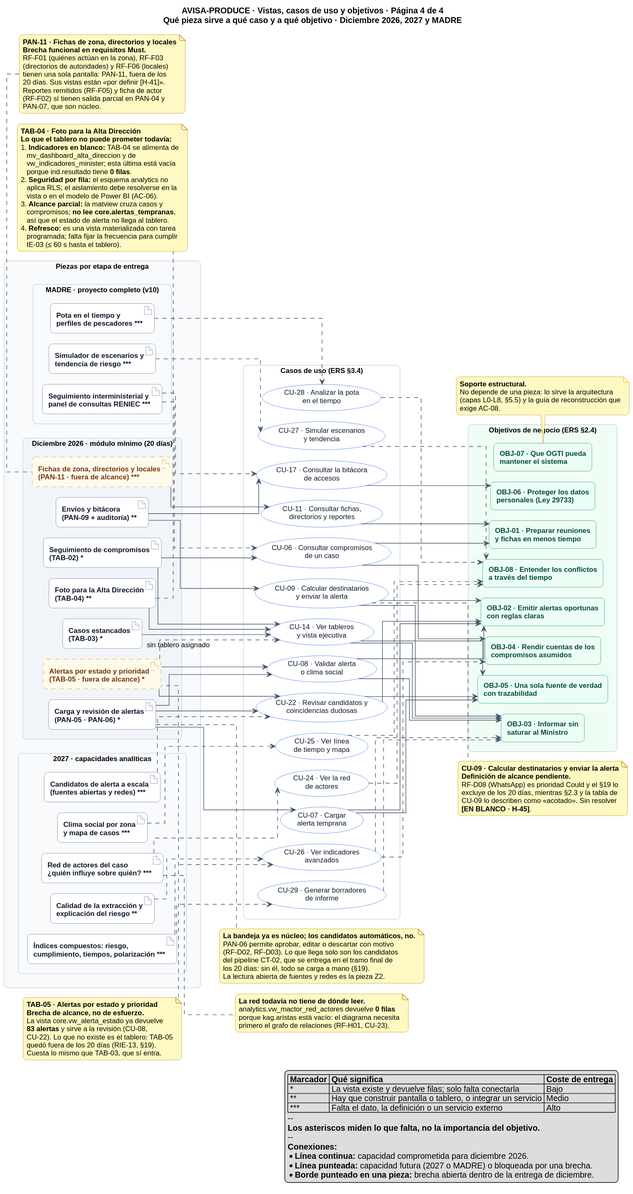
Earlier version of the PlantUML export docs/img/AVISA_CU_MAPA_VISTAS.svg (diegopaucarv/avisa). Source of this version:
```plantuml
@startuml
left to right direction
skinparam shadowing false
skinparam linetype ortho
skinparam packageStyle rectangle
skinparam roundcorner 12
skinparam defaultFontName Arial
skinparam defaultFontSize 12
skinparam nodesep 18
skinparam ranksep 55

skinparam package {
  BackgroundColor #F8FAFC
  BorderColor #CBD5E1
  BorderStyle dashed
  FontColor #475569
  FontStyle bold
}
skinparam artifact {
  BackgroundColor #FFFFFF
  BorderColor #64748B
  FontColor #0F172A
  FontStyle bold
}
skinparam artifact<<brecha>> {
  BackgroundColor #FFFBEB
  BorderColor #CA8A04
  BorderStyle dashed
  FontColor #78350F
}
skinparam usecase {
  BackgroundColor #FFFFFF
  BorderColor #2563EB
  FontColor #0F172A
  ArrowColor #475569
}
skinparam rectangle<<Objetivo>> {
  BackgroundColor #ECFDF5
  BorderColor #059669
  FontColor #064E3B
  FontStyle bold
}
skinparam note {
  BackgroundColor #FEF9C3
  BorderColor #CA8A04
}
hide stereotype

title AVISA-PRODUCE · Vistas, casos de uso y objetivos · Página 4 de 4\nQué pieza sirve a qué caso y a qué objetivo · Diciembre 2026, 2027 y MADRE

package "Piezas por etapa de entrega" {

  package "Diciembre 2026 · módulo mínimo (20 días)" as PKG_DIC #F1F5F9 {
    artifact "Carga y revisión de alertas\n(PAN-05 · PAN-06) *" as D7
    artifact "Envíos y bitácora\n(PAN-09 + auditoría) **" as D6
    artifact "Seguimiento de compromisos\n(TAB-02) *" as D1
    artifact "Casos estancados\n(TAB-03) *" as D3
    artifact "Foto para la Alta Dirección\n(TAB-04) **" as D2
    artifact "Alertas por estado y prioridad\n(TAB-05 · fuera de alcance) *" as D4 <<brecha>>
    artifact "Fichas de zona, directorios y locales\n(PAN-11 · fuera de alcance) ***" as D5 <<brecha>>
  }

  package "2027 · capacidades analíticas" as PKG_2027 #F8FAFC {
    artifact "Red de actores del caso\n¿quién influye sobre quién? ***" as Z1
    artifact "Clima social por zona\ny mapa de casos ***" as Z3
    artifact "Candidatos de alerta a escala\n(fuentes abiertas y redes) ***" as Z2
    artifact "Calidad de la extracción y\nexplicación del riesgo **" as Z4
    artifact "Índices compuestos: riesgo,\ncumplimiento, tiempos, polarización ***" as Z5
  }

  package "MADRE · proyecto completo (v10)" as PKG_MADRE #F8FAFC {
    artifact "Pota en el tiempo y\nperfiles de pescadores ***" as M1
    artifact "Simulador de escenarios y\ntendencia de riesgo ***" as M2
    artifact "Seguimiento interministerial y\npanel de consultas RENIEC ***" as M3
  }
}

package "Casos de uso (ERS §3.4)" as PKG_CU #FFFFFF {
  usecase "CU-06 · Consultar compromisos\nde un caso" as CU06
  usecase "CU-07 · Cargar\nalerta temprana" as CU07
  usecase "CU-08 · Validar alerta\no clima social" as CU08
  usecase "CU-09 · Calcular destinatarios\ny enviar la alerta" as CU09
  usecase "CU-11 · Consultar fichas,\ndirectorios y reportes" as CU11
  usecase "CU-14 · Ver tableros\ny vista ejecutiva" as CU14
  usecase "CU-17 · Consultar la bitácora\nde accesos" as CU17
  usecase "CU-22 · Revisar candidatos y\ncoincidencias dudosas" as CU22
  usecase "CU-24 · Ver la red\nde actores" as CU24
  usecase "CU-25 · Ver línea\nde tiempo y mapa" as CU25
  usecase "CU-26 · Ver indicadores\navanzados" as CU26
  usecase "CU-27 · Simular escenarios\ny tendencia" as CU27
  usecase "CU-28 · Analizar la pota\nen el tiempo" as CU28
  usecase "CU-29 · Generar borradores\nde informe" as CU29
}

package "Objetivos de negocio (ERS §2.4)" as PKG_OBJ #F0FDF4 {
  rectangle "OBJ-01 · Preparar reuniones\ny fichas en menos tiempo" as OBJ01 <<Objetivo>>
  rectangle "OBJ-02 · Emitir alertas oportunas\ncon reglas claras" as OBJ02 <<Objetivo>>
  rectangle "OBJ-03 · Informar sin\nsaturar al Ministro" as OBJ03 <<Objetivo>>
  rectangle "OBJ-04 · Rendir cuentas de los\ncompromisos asumidos" as OBJ04 <<Objetivo>>
  rectangle "OBJ-05 · Una sola fuente de verdad\ncon trazabilidad" as OBJ05 <<Objetivo>>
  rectangle "OBJ-06 · Proteger los datos\npersonales (Ley 29733)" as OBJ06 <<Objetivo>>
  rectangle "OBJ-07 · Que OGTI pueda\nmantener el sistema" as OBJ07 <<Objetivo>>
  rectangle "OBJ-08 · Entender los conflictos\na través del tiempo" as OBJ08 <<Objetivo>>
}

D7 --> CU07
D7 --> CU08
D7 --> CU22
D6 --> CU09
D6 --> CU17
D1 --> CU06
D1 --> CU14
D3 --> CU14
D2 --> CU14
D4 --> CU08
D4 --> CU22
D4 ..> CU14 : "sin tablero asignado"
D5 --> CU11

Z1 ..> CU24
Z3 ..> CU25
Z2 ..> CU22
Z4 ..> CU26
Z5 ..> CU26
Z5 ..> CU29

M1 ..> CU28
M2 ..> CU27
M3 ..> CU06
M3 ..> CU17

CU06 --> OBJ01
CU06 --> OBJ04
CU07 --> OBJ02
CU07 --> OBJ05
CU08 --> OBJ02
CU08 --> OBJ03
CU09 --> OBJ02
CU09 --> OBJ03
CU11 --> OBJ01
CU14 --> OBJ03
CU14 --> OBJ05
CU17 --> OBJ06
CU22 --> OBJ02
CU22 --> OBJ05
CU24 ..> OBJ08
CU25 ..> OBJ08
CU26 ..> OBJ03
CU26 ..> OBJ04
CU27 ..> OBJ08
CU28 ..> OBJ08
CU29 ..> OBJ03

note top of D4
  **TAB-05 · Alertas por estado y prioridad**
  **Brecha de alcance, no de esfuerzo.**
  La vista core.vw_alerta_estado ya devuelve
  **83 alertas** y sirve a la revisión (CU-08,
  CU-22). Lo que no existe es el tablero: TAB-05
  quedó fuera de los 20 días (RIE-13, §19).
  Cuesta lo mismo que TAB-03, que sí entra.
end note

note top of D5
  **PAN-11 · Fichas de zona, directorios y locales**
  **Brecha funcional en requisitos Must.**
  RF-F01 (quiénes actúan en la zona), RF-F03
  (directorios de autoridades) y RF-F06 (locales)
  tienen una sola pantalla: PAN-11, fuera de los
  20 días. Sus vistas están «por definir [H-41]».
  Reportes remitidos (RF-F05) y ficha de actor
  (RF-F02) sí tienen salida parcial en PAN-04 y
  PAN-07, que son núcleo.
end note

note bottom of D2
  **TAB-04 · Foto para la Alta Dirección**
  **Lo que el tablero no puede prometer todavía:**
  1. **Indicadores en blanco:** TAB-04 se alimenta de
     mv_dashboard_alta_direccion y de
     vw_indicadores_minister; esta última está vacía
     porque ind.resultado tiene **0 filas**.
  2. **Seguridad por fila:** el esquema analytics no
     aplica RLS; el aislamiento debe resolverse en la
     vista o en el modelo de Power BI (AC-06).
  3. **Alcance parcial:** la matview cruza casos y
     compromisos; **no lee core.alertas_tempranas**,
     así que el estado de alerta no llega al tablero.
  4. **Refresco:** es una vista materializada con tarea
     programada; falta fijar la frecuencia para cumplir
     IE-03 (≤ 60 s hasta el tablero).
end note

note right of D7
  **La bandeja ya es núcleo; los candidatos automáticos, no.**
  PAN-06 permite aprobar, editar o descartar con motivo
  (RF-D02, RF-D03). Lo que llega solo son los candidatos
  del pipeline CT-02, que se entrega en el tramo final de
  los 20 días: sin él, todo se carga a mano (§19).
  La lectura abierta de fuentes y redes es la pieza Z2.
end note

note right of Z1
  **La red todavía no tiene de dónde leer.**
  analytics.vw_mactor_red_actores devuelve **0 filas**
  porque kag.aristas está vacío: el diagrama necesita
  primero el grafo de relaciones (RF-H01, CU-23).
end note

note right of CU09
  **CU-09 · Calcular destinatarios y enviar la alerta**
  **Definición de alcance pendiente.**
  RF-D08 (WhatsApp) es prioridad Could y el §19 lo
  excluye de los 20 días, mientras §2.3 y la tabla de
  CU-09 lo describen como «acotado». Sin resolver
  **[EN BLANCO · H-45]**.
end note

note bottom of OBJ07
  **Soporte estructural.**
  No depende de una pieza: lo sirve la arquitectura
  (capas L0-L8, §5.5) y la guía de reconstrucción que
  exige AC-08.
end note

legend right
  |= Marcador |= Qué significa |= Coste de entrega |
  | * | La vista existe y devuelve filas; solo falta conectarla | Bajo |
  | ** | Hay que construir pantalla o tablero, o integrar un servicio | Medio |
  | *** | Falta el dato, la definición o un servicio externo | Alto |
  --
  **Los asteriscos miden lo que falta, no la importancia del objetivo.**
  --
  **Conexiones:**
  * **Línea continua:** capacidad comprometida para diciembre 2026.
  * **Línea punteada:** capacidad futura (2027 o MADRE) o bloqueada por una brecha.
  * **Borde punteado en una pieza:** brecha abierta dentro de la entrega de diciembre.
endlegend
@enduml
```
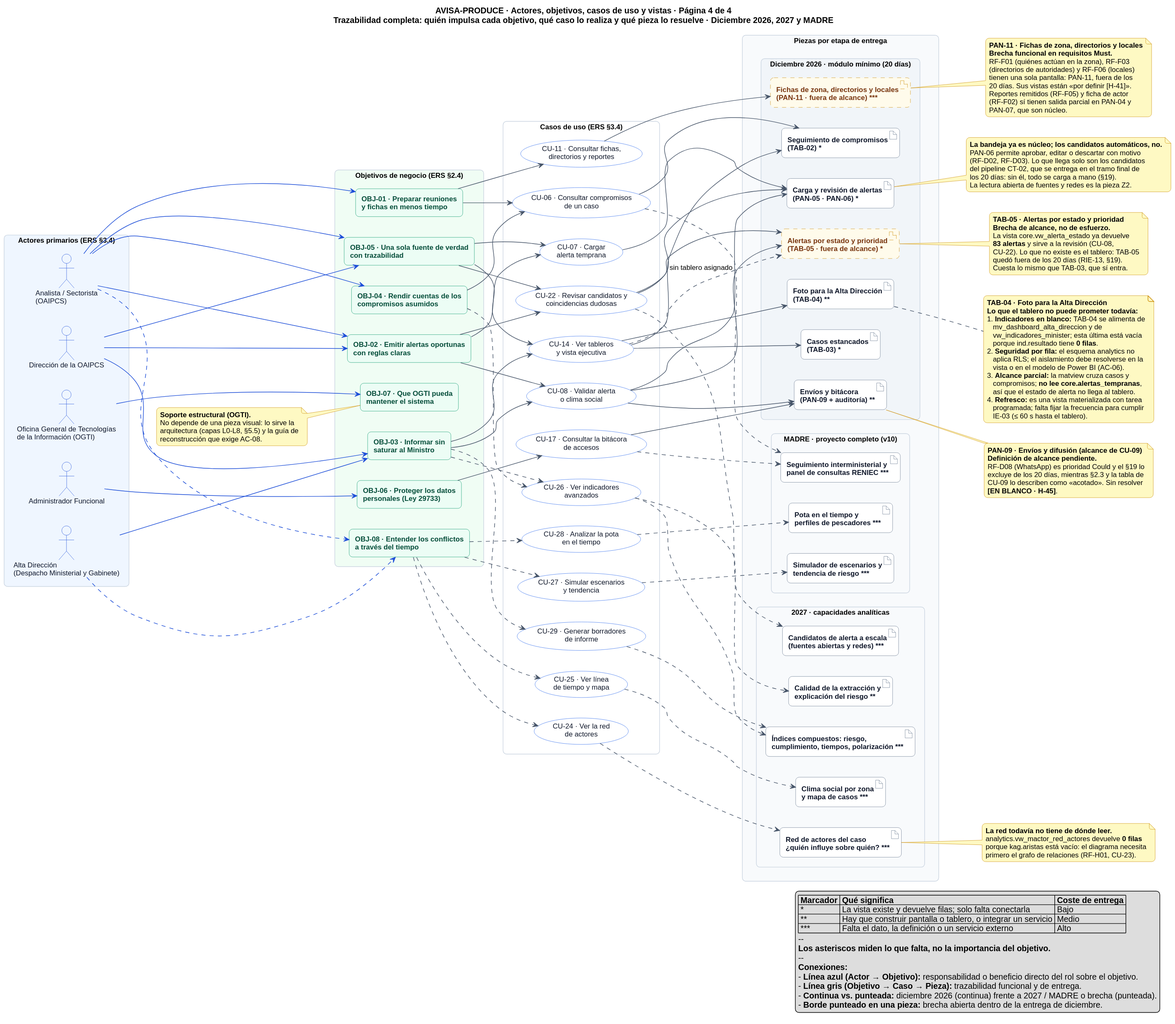
After the commit.

What changed in the source:
```diff
@@ -1,13 +1,10 @@
 @startuml
 left to right direction
 skinparam shadowing false
-skinparam linetype ortho
 skinparam packageStyle rectangle
 skinparam roundcorner 12
 skinparam defaultFontName Arial
 skinparam defaultFontSize 12
-skinparam nodesep 18
-skinparam ranksep 55
 
 skinparam package {
   BackgroundColor #F8FAFC
@@ -15,6 +12,11 @@
   BorderStyle dashed
   FontColor #475569
   FontStyle bold
+}
+skinparam actor {
+  BackgroundColor #EFF6FF
+  BorderColor #1D4ED8
+  FontColor #0F172A
 }
 skinparam artifact {
   BackgroundColor #FFFFFF
@@ -46,9 +48,44 @@
 }
 hide stereotype
 
-title AVISA-PRODUCE · Vistas, casos de uso y objetivos · Página 4 de 4\nQué pieza sirve a qué caso y a qué objetivo · Diciembre 2026, 2027 y MADRE
+title AVISA-PRODUCE · Actores, objetivos, casos de uso y vistas · Página 4 de 4\nTrazabilidad completa: quién impulsa cada objetivo, qué caso lo realiza y qué pieza lo resuelve · Diciembre 2026, 2027 y MADRE
 
-package "Piezas por etapa de entrega" {
+package "Actores primarios (ERS §3.4)" as PKG_ACT #EFF6FF {
+  actor "Analista / Sectorista\n(OAIPCS)" as analista #EFF6FF;line:1D4ED8
+  actor "Dirección de la OAIPCS" as direccion #EFF6FF;line:1D4ED8
+  actor "Alta Dirección\n(Despacho Ministerial y Gabinete)" as alta #EFF6FF;line:1D4ED8
+  actor "Administrador Funcional" as admin #EFF6FF;line:1D4ED8
+  actor "Oficina General de Tecnologías\nde la Información (OGTI)" as ogti #EFF6FF;line:1D4ED8
+}
+
+package "Objetivos de negocio (ERS §2.4)" as PKG_OBJ #F0FDF4 {
+  rectangle "OBJ-01 · Preparar reuniones\ny fichas en menos tiempo" as OBJ01 <<Objetivo>>
+  rectangle "OBJ-02 · Emitir alertas oportunas\ncon reglas claras" as OBJ02 <<Objetivo>>
+  rectangle "OBJ-03 · Informar sin\nsaturar al Ministro" as OBJ03 <<Objetivo>>
+  rectangle "OBJ-04 · Rendir cuentas de los\ncompromisos asumidos" as OBJ04 <<Objetivo>>
+  rectangle "OBJ-05 · Una sola fuente de verdad\ncon trazabilidad" as OBJ05 <<Objetivo>>
+  rectangle "OBJ-06 · Proteger los datos\npersonales (Ley 29733)" as OBJ06 <<Objetivo>>
+  rectangle "OBJ-07 · Que OGTI pueda\nmantener el sistema" as OBJ07 <<Objetivo>>
+  rectangle "OBJ-08 · Entender los conflictos\na través del tiempo" as OBJ08 <<Objetivo>>
+}
+
+package "Casos de uso (ERS §3.4)" as PKG_CU #FFFFFF {
+  usecase "CU-06 · Consultar compromisos\nde un caso" as CU06
+  usecase "CU-07 · Cargar\nalerta temprana" as CU07
+  usecase "CU-08 · Validar alerta\no clima social" as CU08
+  usecase "CU-11 · Consultar fichas,\ndirectorios y reportes" as CU11
+  usecase "CU-14 · Ver tableros\ny vista ejecutiva" as CU14
+  usecase "CU-17 · Consultar la bitácora\nde accesos" as CU17
+  usecase "CU-22 · Revisar candidatos y\ncoincidencias dudosas" as CU22
+  usecase "CU-24 · Ver la red\nde actores" as CU24
+  usecase "CU-25 · Ver línea\nde tiempo y mapa" as CU25
+  usecase "CU-26 · Ver indicadores\navanzados" as CU26
+  usecase "CU-27 · Simular escenarios\ny tendencia" as CU27
+  usecase "CU-28 · Analizar la pota\nen el tiempo" as CU28
+  usecase "CU-29 · Generar borradores\nde informe" as CU29
+}
+
+package "Piezas por etapa de entrega" as PKG_PIEZAS {
 
   package "Diciembre 2026 · módulo mínimo (20 días)" as PKG_DIC #F1F5F9 {
     artifact "Carga y revisión de alertas\n(PAN-05 · PAN-06) *" as D7
@@ -75,83 +112,82 @@
   }
 }
 
-package "Casos de uso (ERS §3.4)" as PKG_CU #FFFFFF {
-  usecase "CU-06 · Consultar compromisos\nde un caso" as CU06
-  usecase "CU-07 · Cargar\nalerta temprana" as CU07
-  usecase "CU-08 · Validar alerta\no clima social" as CU08
-  usecase "CU-09 · Calcular destinatarios\ny enviar la alerta" as CU09
-  usecase "CU-11 · Consultar fichas,\ndirectorios y reportes" as CU11
-  usecase "CU-14 · Ver tableros\ny vista ejecutiva" as CU14
-  usecase "CU-17 · Consultar la bitácora\nde accesos" as CU17
-  usecase "CU-22 · Revisar candidatos y\ncoincidencias dudosas" as CU22
-  usecase "CU-24 · Ver la red\nde actores" as CU24
-  usecase "CU-25 · Ver línea\nde tiempo y mapa" as CU25
-  usecase "CU-26 · Ver indicadores\navanzados" as CU26
-  usecase "CU-27 · Simular escenarios\ny tendencia" as CU27
-  usecase "CU-28 · Analizar la pota\nen el tiempo" as CU28
-  usecase "CU-29 · Generar borradores\nde informe" as CU29
-}
+analista -[#1D4ED8]-> OBJ01
+analista -[#1D4ED8]-> OBJ02
+analista -[#1D4ED8]-> OBJ04
+analista -[#1D4ED8]-> OBJ05
+analista -[#1D4ED8]..> OBJ08
 
-package "Objetivos de negocio (ERS §2.4)" as PKG_OBJ #F0FDF4 {
-  rectangle "OBJ-01 · Preparar reuniones\ny fichas en menos tiempo" as OBJ01 <<Objetivo>>
-  rectangle "OBJ-02 · Emitir alertas oportunas\ncon reglas claras" as OBJ02 <<Objetivo>>
-  rectangle "OBJ-03 · Informar sin\nsaturar al Ministro" as OBJ03 <<Objetivo>>
-  rectangle "OBJ-04 · Rendir cuentas de los\ncompromisos asumidos" as OBJ04 <<Objetivo>>
-  rectangle "OBJ-05 · Una sola fuente de verdad\ncon trazabilidad" as OBJ05 <<Objetivo>>
-  rectangle "OBJ-06 · Proteger los datos\npersonales (Ley 29733)" as OBJ06 <<Objetivo>>
-  rectangle "OBJ-07 · Que OGTI pueda\nmantener el sistema" as OBJ07 <<Objetivo>>
-  rectangle "OBJ-08 · Entender los conflictos\na través del tiempo" as OBJ08 <<Objetivo>>
-}
+direccion -[#1D4ED8]-> OBJ02
+direccion -[#1D4ED8]-> OBJ03
+direccion -[#1D4ED8]-> OBJ05
 
-D7 --> CU07
-D7 --> CU08
-D7 --> CU22
-D6 --> CU09
-D6 --> CU17
-D1 --> CU06
-D1 --> CU14
-D3 --> CU14
-D2 --> CU14
-D4 --> CU08
-D4 --> CU22
-D4 ..> CU14 : "sin tablero asignado"
-D5 --> CU11
+alta -[#1D4ED8]-> OBJ03
+alta -[#1D4ED8]..> OBJ08
 
-Z1 ..> CU24
-Z3 ..> CU25
-Z2 ..> CU22
-Z4 ..> CU26
-Z5 ..> CU26
-Z5 ..> CU29
+admin -[#1D4ED8]-> OBJ06
 
-M1 ..> CU28
-M2 ..> CU27
-M3 ..> CU06
-M3 ..> CU17
+ogti -[#1D4ED8]-> OBJ07
 
-CU06 --> OBJ01
-CU06 --> OBJ04
-CU07 --> OBJ02
-CU07 --> OBJ05
-CU08 --> OBJ02
-CU08 --> OBJ03
-CU09 --> OBJ02
-CU09 --> OBJ03
-CU11 --> OBJ01
-CU14 --> OBJ03
-CU14 --> OBJ05
-CU17 --> OBJ06
-CU22 --> OBJ02
-CU22 --> OBJ05
-CU24 ..> OBJ08
-CU25 ..> OBJ08
-CU26 ..> OBJ03
-CU26 ..> OBJ04
-CU27 ..> OBJ08
-CU28 ..> OBJ08
-CU29 ..> OBJ03
+OBJ01 --> CU06
+OBJ01 --> CU11
+OBJ02 --> CU07
+OBJ02 --> CU08
+OBJ02 --> CU22
+OBJ03 --> CU08
+OBJ03 --> CU14
+OBJ03 ..> CU26
+OBJ03 ..> CU29
+OBJ04 --> CU06
+OBJ04 ..> CU26
+OBJ05 --> CU07
+OBJ05 --> CU14
+OBJ05 --> CU22
+OBJ06 --> CU17
+OBJ08 ..> CU24
+OBJ08 ..> CU25
+OBJ08 ..> CU27
+OBJ08 ..> CU28
 
-note top of D4
+CU07 --> D7
+CU08 --> D7
+CU22 --> D7
+CU08 --> D6
+CU17 --> D6
+CU06 --> D1
+CU14 --> D1
+CU14 --> D3
+CU14 --> D2
+CU08 --> D4
+CU22 --> D4
+CU14 ..> D4 : "sin tablero asignado"
+CU11 --> D5
+
+CU24 ..> Z1
+CU25 ..> Z3
+CU22 ..> Z2
+CU26 ..> Z4
+CU26 ..> Z5
+CU29 ..> Z5
+
+CU28 ..> M1
+CU27 ..> M2
+CU06 ..> M3
+CU17 ..> M3
+
+note "**Soporte estructural (OGTI).**\nNo depende de una pieza visual: lo sirve la\narquitectura (capas L0-L8, §5.5) y la guía de\nreconstrucción que exige AC-08." as N_OBJ07
+N_OBJ07 .. OBJ07
+
+note right of D6
+  **PAN-09 · Envíos y difusión (alcance de CU-09)**
+  **Definición de alcance pendiente.**
+  RF-D08 (WhatsApp) es prioridad Could y el §19 lo
+  excluye de los 20 días, mientras §2.3 y la tabla de
+  CU-09 lo describen como «acotado». Sin resolver
+  **[EN BLANCO · H-45]**.
+end note
+
+note right of D4
   **TAB-05 · Alertas por estado y prioridad**
   **Brecha de alcance, no de esfuerzo.**
   La vista core.vw_alerta_estado ya devuelve
@@ -161,7 +197,7 @@
   Cuesta lo mismo que TAB-03, que sí entra.
 end note
 
-note top of D5
+note right of D5
   **PAN-11 · Fichas de zona, directorios y locales**
   **Brecha funcional en requisitos Must.**
   RF-F01 (quiénes actúan en la zona), RF-F03
@@ -173,7 +209,7 @@
   PAN-07, que son núcleo.
 end note
 
-note bottom of D2
+note right of D2
   **TAB-04 · Foto para la Alta Dirección**
   **Lo que el tablero no puede prometer todavía:**
   1. **Indicadores en blanco:** TAB-04 se alimenta de
@@ -207,22 +243,6 @@
   primero el grafo de relaciones (RF-H01, CU-23).
 end note
 
-note right of CU09
-  **CU-09 · Calcular destinatarios y enviar la alerta**
-  **Definición de alcance pendiente.**
-  RF-D08 (WhatsApp) es prioridad Could y el §19 lo
-  excluye de los 20 días, mientras §2.3 y la tabla de
-  CU-09 lo describen como «acotado». Sin resolver
-  **[EN BLANCO · H-45]**.
-end note
-
-note bottom of OBJ07
-  **Soporte estructural.**
-  No depende de una pieza: lo sirve la arquitectura
-  (capas L0-L8, §5.5) y la guía de reconstrucción que
-  exige AC-08.
-end note
-
 legend right
   |= Marcador |= Qué significa |= Coste de entrega |
   | * | La vista existe y devuelve filas; solo falta conectarla | Bajo |
@@ -232,8 +252,9 @@
   **Los asteriscos miden lo que falta, no la importancia del objetivo.**
   --
   **Conexiones:**
-  * **Línea continua:** capacidad comprometida para diciembre 2026.
-  * **Línea punteada:** capacidad futura (2027 o MADRE) o bloqueada por una brecha.
-  * **Borde punteado en una pieza:** brecha abierta dentro de la entrega de diciembre.
+  - **Línea azul (Actor → Objetivo):** responsabilidad o beneficio directo del rol sobre el objetivo.
+  - **Línea gris (Objetivo → Caso → Pieza):** trazabilidad funcional y de entrega.
+  - **Continua vs. punteada:** diciembre 2026 (continua) frente a 2027 / MADRE o brecha (punteada).
+  - **Borde punteado en una pieza:** brecha abierta dentro de la entrega de diciembre.
 endlegend
 @enduml
```
